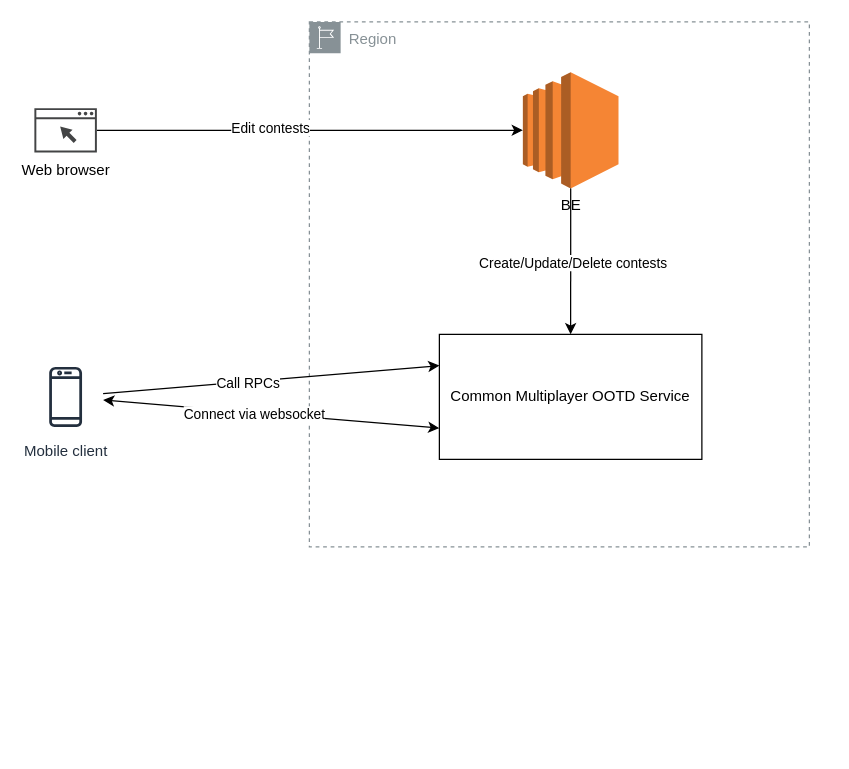
This is page "Overview" (1 of 2) of multiplayer and pvp ootd.drawio from yaohuiwu/SimpleFS, a draw.io file, before an edit. Source tidied: cells renumbered, new cells numbered last; positions are measured from the earlier drawing's top-left corner, leaving out a move shared by most shapes. Both pictures are drawn from the tidied source at 125%, with x=0, y=0 at pixel (28, 21).
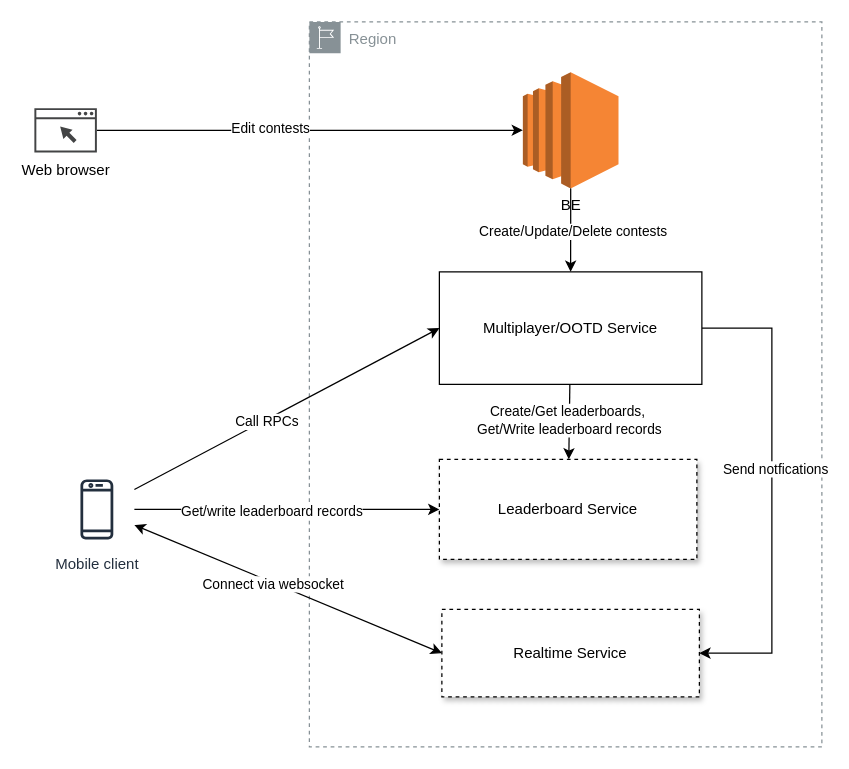
The same diagram, later.

What changed in the source:
```diff
@@
     <mxCell id="2" value="Region" style="sketch=0;gradientColor=none;html=1;whiteSpace=wrap;fontSize=12;fontStyle=0;shape=mxgraph.aws4.group;grIcon=mxgraph.aws4.group_region;strokeColor=#879196;fillColor=none;verticalAlign=top;align=left;spacingLeft=30;fontColor=#879196;dashed=1;" parent="1" vertex="1">
-      <mxGeometry x="225" width="400" height="420" as="geometry" />
+      <mxGeometry x="225" width="410" height="580" as="geometry" />
     </mxCell>
     <mxCell id="3" value="Mobile client" style="sketch=0;outlineConnect=0;fontColor=#232F3E;gradientColor=none;strokeColor=#232F3E;fillColor=#ffffff;dashed=0;verticalLabelPosition=bottom;verticalAlign=top;align=center;html=1;fontSize=12;fontStyle=0;shape=mxgraph.aws4.resourceIcon;resIcon=mxgraph.aws4.mobile_client;" parent="1" vertex="1">
-      <mxGeometry y="270" width="60" height="60" as="geometry" />
+      <mxGeometry x="25" y="360" width="60" height="60" as="geometry" />
     </mxCell>
@@
+    <mxCell id="15" style="edgeStyle=none;rounded=0;jettySize=auto;html=1;" parent="1" edge="1" source="8" target="19">
+      <mxGeometry relative="1" as="geometry" />
+    </mxCell>
+    <mxCell id="16" value="Create/Get leaderboards,&amp;nbsp;&lt;br&gt;Get/Write leaderboard records" style="edgeLabel;html=1;align=center;verticalAlign=middle;" parent="15" vertex="1">
+      <mxGeometry x="-0.04" relative="1" as="geometry" />
+    </mxCell>
+    <mxCell id="17" style="edgeStyle=orthogonalEdgeStyle;rounded=0;jettySize=auto;html=1;exitX=1;exitY=0.5;exitDx=0;exitDy=0;entryX=1;entryY=0.5;entryDx=0;entryDy=0;" parent="1" edge="1" source="8" target="22">
+      <mxGeometry relative="1" as="geometry">
+        <Array as="points">
+          <mxPoint x="595" y="245" />
+          <mxPoint x="595" y="505" />
+        </Array>
+      </mxGeometry>
+    </mxCell>
+    <mxCell id="18" value="Send notfications" style="edgeLabel;html=1;align=center;verticalAlign=middle;" parent="17" vertex="1">
+      <mxGeometry x="-0.1" y="2" relative="1" as="geometry" />
+    </mxCell>
-    <mxCell id="8" value="Common Multiplayer OOTD Service" style="rounded=0;whiteSpace=wrap;html=1;" parent="1" vertex="1">
-      <mxGeometry x="329" y="250" width="210" height="100" as="geometry" />
+    <mxCell id="8" value="Multiplayer/OOTD Service" style="rounded=0;whiteSpace=wrap;html=1;" parent="1" vertex="1">
+      <mxGeometry x="329" y="200" width="210" height="90" as="geometry" />
     </mxCell>
-    <mxCell id="9" style="endArrow=classic;html=1;rounded=0;entryX=0;entryY=0.25;entryDx=0;entryDy=0;" parent="1" edge="1" source="3" target="8">
+    <mxCell id="9" style="endArrow=classic;html=1;rounded=0;entryX=0;entryY=0.5;entryDx=0;entryDy=0;" parent="1" edge="1" source="3" target="8">
       <mxGeometry relative="1" as="geometry" />
     </mxCell>
@@
-    <mxCell id="11" style="endArrow=classic;startArrow=classic;html=1;rounded=0;entryX=0;entryY=0.75;entryDx=0;entryDy=0;" parent="1" edge="1" source="3" target="8">
+    <mxCell id="11" style="endArrow=classic;startArrow=classic;html=1;rounded=0;entryX=0;entryY=0.5;entryDx=0;entryDy=0;" parent="1" edge="1" source="3" target="22">
       <mxGeometry relative="1" as="geometry" />
     </mxCell>
@@
+    <mxCell id="19" value="Leaderboard Service" style="rounded=0;whiteSpace=wrap;html=1;shadow=1;glass=0;sketch=0;strokeColor=default;dashed=1;" parent="1" vertex="1">
+      <mxGeometry x="329" y="350" width="206" height="80" as="geometry" />
+    </mxCell>
+    <mxCell id="20" style="endArrow=classic;html=1;rounded=0;entryX=0;entryY=0.5;entryDx=0;entryDy=0;" parent="1" edge="1" source="3" target="19">
+      <mxGeometry relative="1" as="geometry" />
+    </mxCell>
+    <mxCell id="21" value="Get/write leaderboard records" style="edgeLabel;html=1;align=center;verticalAlign=middle;" parent="20" vertex="1">
+      <mxGeometry x="-0.11" y="-1" relative="1" as="geometry" />
+    </mxCell>
+    <mxCell id="22" value="Realtime Service" style="rounded=0;whiteSpace=wrap;html=1;shadow=1;glass=0;sketch=0;strokeColor=default;dashed=1;" parent="1" vertex="1">
+      <mxGeometry x="331" y="470" width="206" height="70" as="geometry" />
+    </mxCell>
```
